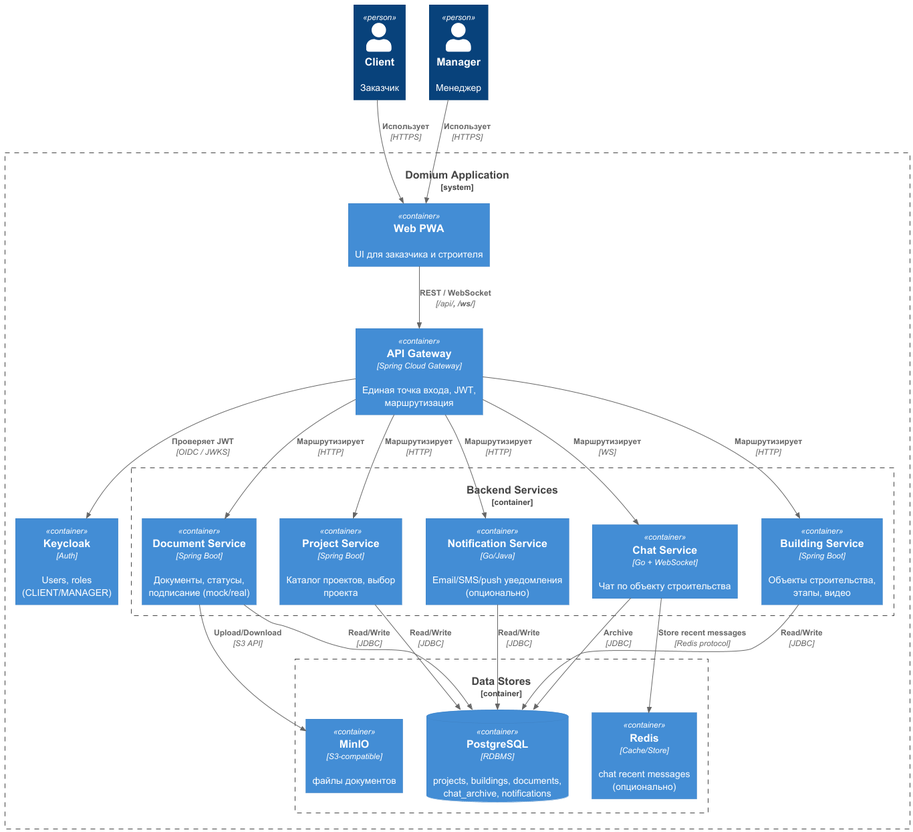
Earlier version of the PlantUML export docs/containers.png (dSofarts/domium). Source of this version:
```plantuml
@startuml Containers
!includeurl https://raw.githubusercontent.com/plantuml-stdlib/C4-PlantUML/master/C4_Container.puml

Person(client, "Client", "Заказчик")
Person(manager, "Manager", "Менеджер")

System_Boundary(sys, "Domium Application") {
  Container(frontend, "Web PWA", "", "UI для заказчика и строителя")

  Container(apiGateway, "API Gateway", "Spring Cloud Gateway", "Единая точка входа, JWT, маршрутизация")

  Container_Boundary(services, "Backend Services") {
    Container(projectSvc, "Project Service", "Spring Boot", "Каталог проектов, выбор проекта")
    Container(buildingSvc, "Building Service", "Spring Boot", "Объекты строительства, этапы, видео")
    Container(documentSvc, "Document Service", "Spring Boot", "Документы, статусы, подписание (mock/real)")
    Container(chatSvc, "Chat Service", "Go + WebSocket", "Чат по объекту строительства")
    Container(notificationSvc, "Notification Service", "Go/Java", "Email/SMS/push уведомления (опционально)")
  }

  Container_Boundary(data, "Data Stores") {
    ContainerDb(pg, "PostgreSQL", "RDBMS", "projects, buildings, documents, chat_archive, notifications")
    Container(redis, "Redis", "Cache/Store", "chat recent messages (опционально)")
    Container(minio, "MinIO", "S3-compatible", "файлы документов")
  }

  Container(keycloak, "Keycloak", "Auth", "Users, roles (CLIENT/MANAGER)")
}

Rel(client, frontend, "Использует", "HTTPS")
Rel(manager, frontend, "Использует", "HTTPS")

Rel(frontend, apiGateway, "REST / WebSocket", "/api/**, /ws/**")
Rel(apiGateway, projectSvc, "Маршрутизирует", "HTTP")
Rel(apiGateway, buildingSvc, "Маршрутизирует", "HTTP")
Rel(apiGateway, documentSvc, "Маршрутизирует", "HTTP")
Rel(apiGateway, chatSvc, "Маршрутизирует", "WS")
Rel(apiGateway, notificationSvc, "Маршрутизирует", "HTTP")

Rel(apiGateway, keycloak, "Проверяет JWT", "OIDC / JWKS")

Rel(projectSvc, pg, "Read/Write", "JDBC")
Rel(buildingSvc, pg, "Read/Write", "JDBC")
Rel(documentSvc, pg, "Read/Write", "JDBC")
Rel(chatSvc, pg, "Archive", "JDBC")
Rel(notificationSvc, pg, "Read/Write", "JDBC")

Rel(documentSvc, minio, "Upload/Download", "S3 API")
Rel(chatSvc, redis, "Store recent messages", "Redis protocol")

@enduml
```
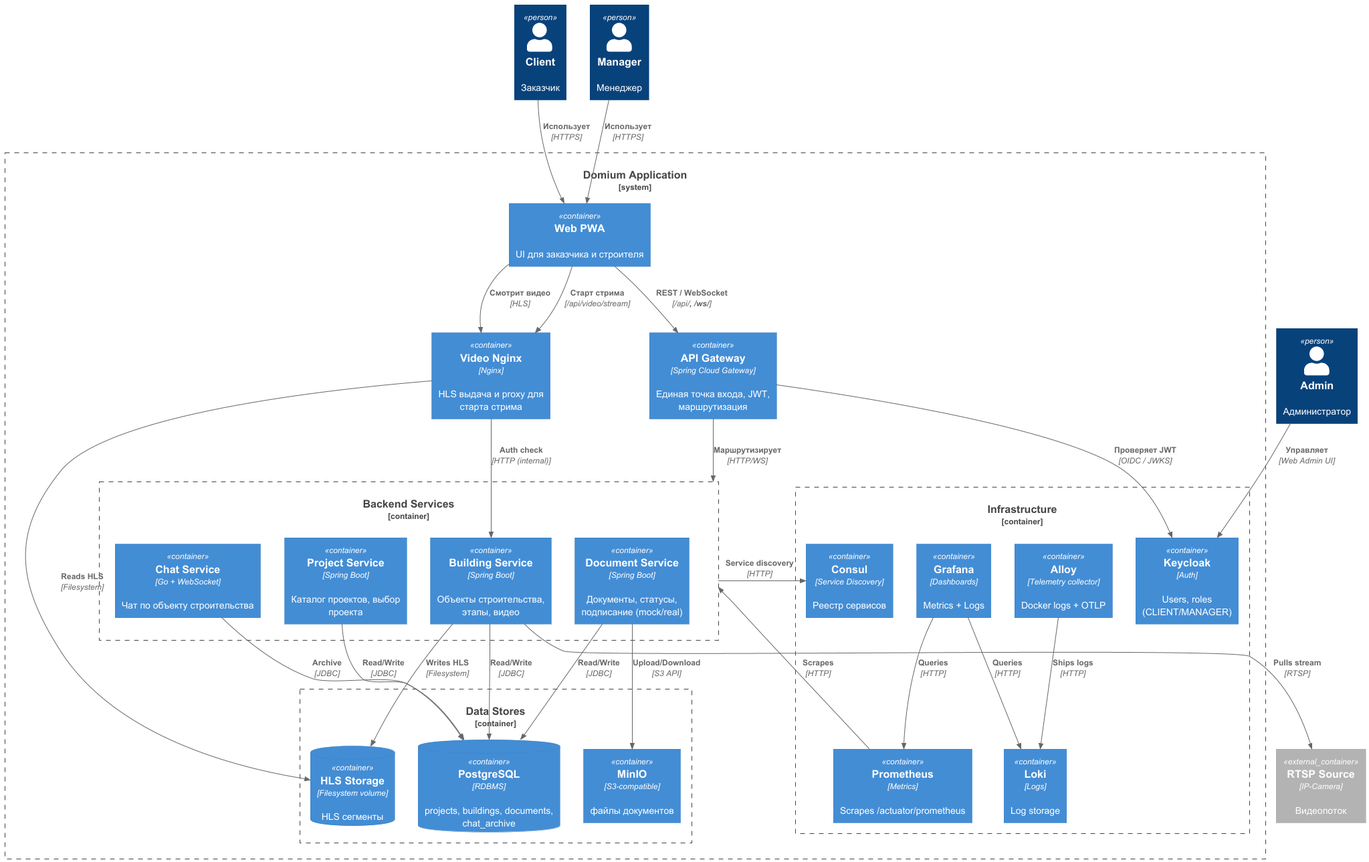
Above is the later version.

Change to the diagram source:
```diff
@@ -3,48 +3,65 @@
 
 Person(client, "Client", "Заказчик")
 Person(manager, "Manager", "Менеджер")
+Person(admin, "Admin", "Администратор")
 
 System_Boundary(sys, "Domium Application") {
   Container(frontend, "Web PWA", "", "UI для заказчика и строителя")
 
   Container(apiGateway, "API Gateway", "Spring Cloud Gateway", "Единая точка входа, JWT, маршрутизация")
+  Container(videoGateway, "Video Nginx", "Nginx", "HLS выдача и proxy для старта стрима")
 
   Container_Boundary(services, "Backend Services") {
     Container(projectSvc, "Project Service", "Spring Boot", "Каталог проектов, выбор проекта")
     Container(buildingSvc, "Building Service", "Spring Boot", "Объекты строительства, этапы, видео")
     Container(documentSvc, "Document Service", "Spring Boot", "Документы, статусы, подписание (mock/real)")
     Container(chatSvc, "Chat Service", "Go + WebSocket", "Чат по объекту строительства")
-    Container(notificationSvc, "Notification Service", "Go/Java", "Email/SMS/push уведомления (опционально)")
   }
 
   Container_Boundary(data, "Data Stores") {
-    ContainerDb(pg, "PostgreSQL", "RDBMS", "projects, buildings, documents, chat_archive, notifications")
-    Container(redis, "Redis", "Cache/Store", "chat recent messages (опционально)")
+    ContainerDb(pg, "PostgreSQL", "RDBMS", "projects, buildings, documents, chat_archive")
     Container(minio, "MinIO", "S3-compatible", "файлы документов")
+    ContainerDb(hlsStorage, "HLS Storage", "Filesystem volume", "HLS сегменты")
   }
 
-  Container(keycloak, "Keycloak", "Auth", "Users, roles (CLIENT/MANAGER)")
+  Container_Boundary(infra, "Infrastructure") {
+    Container(keycloak, "Keycloak", "Auth", "Users, roles (CLIENT/MANAGER)")
+    Container(consul, "Consul", "Service Discovery", "Реестр сервисов")
+    Container(prometheus, "Prometheus", "Metrics", "Scrapes /actuator/prometheus")
+    Container(grafana, "Grafana", "Dashboards", "Metrics + Logs")
+    Container(loki, "Loki", "Logs", "Log storage")
+    Container(alloy, "Alloy", "Telemetry collector", "Docker logs + OTLP")
+  }
 }
+
+Container_Ext(rtspSource, "RTSP Source", "IP-Camera", "Видеопоток")
 
 Rel(client, frontend, "Использует", "HTTPS")
 Rel(manager, frontend, "Использует", "HTTPS")
+Rel(admin, keycloak, "Управляет", "Web Admin UI")
 
 Rel(frontend, apiGateway, "REST / WebSocket", "/api/**, /ws/**")
-Rel(apiGateway, projectSvc, "Маршрутизирует", "HTTP")
-Rel(apiGateway, buildingSvc, "Маршрутизирует", "HTTP")
-Rel(apiGateway, documentSvc, "Маршрутизирует", "HTTP")
-Rel(apiGateway, chatSvc, "Маршрутизирует", "WS")
-Rel(apiGateway, notificationSvc, "Маршрутизирует", "HTTP")
+Rel(frontend, videoGateway, "Смотрит видео", "HLS")
+Rel(frontend, videoGateway, "Старт стрима", "/api/video/stream")
+Rel(apiGateway, services, "Маршрутизирует", "HTTP/WS")
 
 Rel(apiGateway, keycloak, "Проверяет JWT", "OIDC / JWKS")
+Rel(services, consul, "Service discovery", "HTTP")
 
 Rel(projectSvc, pg, "Read/Write", "JDBC")
 Rel(buildingSvc, pg, "Read/Write", "JDBC")
 Rel(documentSvc, pg, "Read/Write", "JDBC")
 Rel(chatSvc, pg, "Archive", "JDBC")
-Rel(notificationSvc, pg, "Read/Write", "JDBC")
 
 Rel(documentSvc, minio, "Upload/Download", "S3 API")
-Rel(chatSvc, redis, "Store recent messages", "Redis protocol")
+Rel(buildingSvc, hlsStorage, "Writes HLS", "Filesystem")
+Rel(videoGateway, hlsStorage, "Reads HLS", "Filesystem")
+Rel(buildingSvc, rtspSource, "Pulls stream", "RTSP")
+Rel(videoGateway, buildingSvc, "Auth check", "HTTP (internal)")
+
+Rel(prometheus, services, "Scrapes", "HTTP")
+Rel(alloy, loki, "Ships logs", "HTTP")
+Rel(grafana, prometheus, "Queries", "HTTP")
+Rel(grafana, loki, "Queries", "HTTP")
 
 @enduml
```
